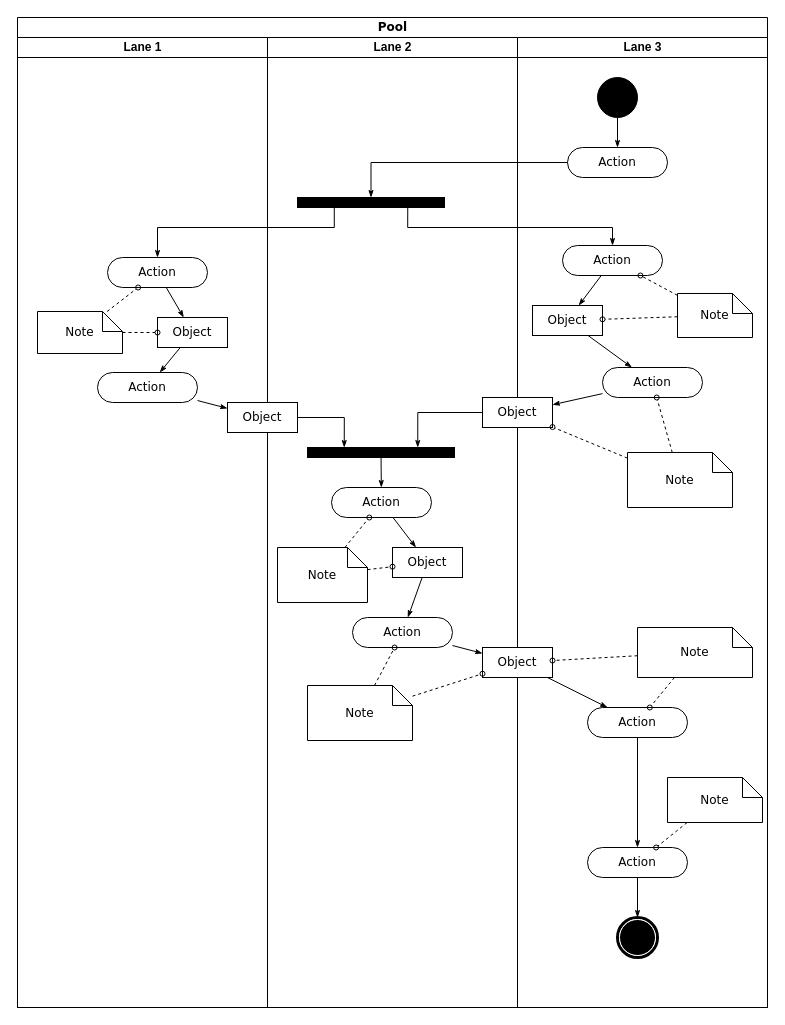
Before: Untitled Diagram.drawio in leomonpa/awesome-java-cn, a draw.io diagram. Source tidied: cells renumbered, new cells numbered last; positions are measured from the earlier drawing's top-left corner, leaving out a move shared by most shapes. Both pictures are drawn from the tidied source at 100%, with x=0, y=0 at pixel (17, 17).
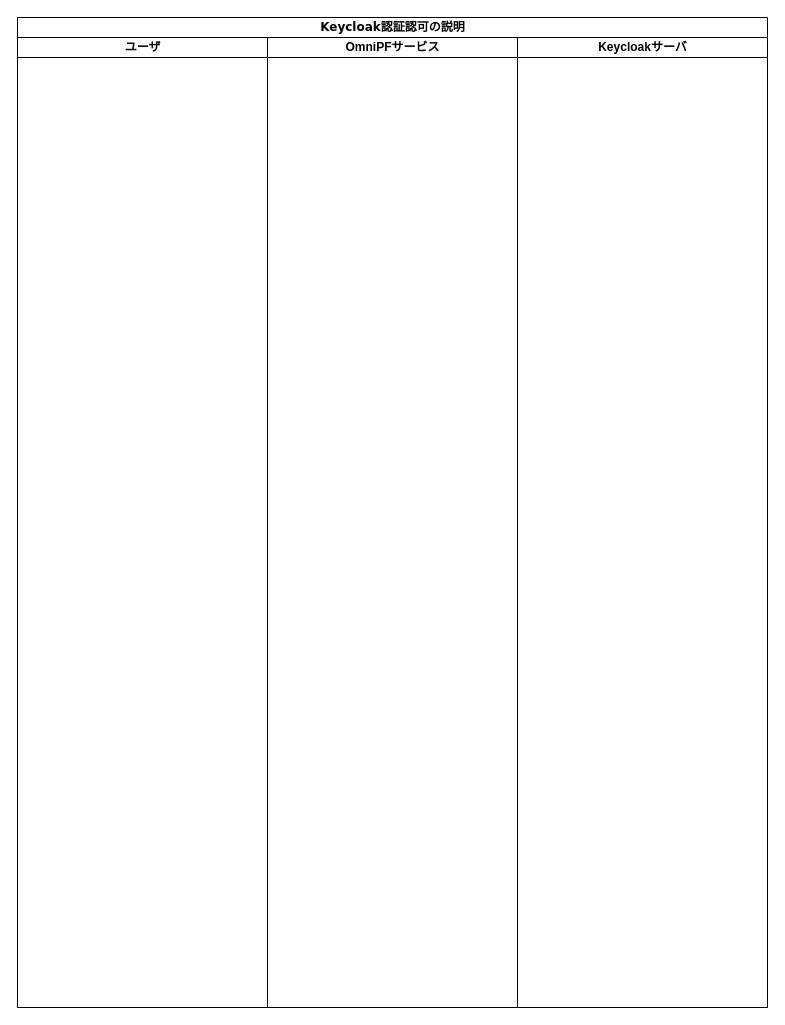
After the change.

Change to the diagram source:
```diff
@@
-    <mxCell id="2" value="Pool" style="swimlane;html=1;startSize=20;rounded=0;shadow=0;comic=0;labelBackgroundColor=none;strokeWidth=1;fontFamily=Verdana;fontSize=12;align=center;" parent="1" vertex="1">
+    <mxCell id="2" value="Keycloak認証認可の説明" style="swimlane;html=1;startSize=20;rounded=0;shadow=0;comic=0;labelBackgroundColor=none;strokeWidth=1;fontFamily=Verdana;fontSize=12;align=center;" parent="1" vertex="1">
       <mxGeometry width="750" height="990" as="geometry" />
     </mxCell>
-    <mxCell id="3" value="Lane 1" style="swimlane;html=1;startSize=20;" parent="2" vertex="1">
+    <mxCell id="3" value="ユーザ" style="swimlane;html=1;startSize=20;" parent="2" vertex="1">
       <mxGeometry y="20" width="250" height="970" as="geometry" />
     </mxCell>
-    <mxCell id="4" style="edgeStyle=none;rounded=0;html=1;labelBackgroundColor=none;startArrow=none;startFill=0;startSize=5;endArrow=classicThin;endFill=1;endSize=5;jettySize=auto;strokeWidth=1;fontFamily=Verdana;fontSize=12;" parent="3" edge="1" source="5" target="8">
-      <mxGeometry relative="1" as="geometry" />
-    </mxCell>
-    <mxCell id="5" value="Action" style="rounded=1;whiteSpace=wrap;html=1;shadow=0;comic=0;labelBackgroundColor=none;strokeWidth=1;fontFamily=Verdana;fontSize=12;align=center;arcSize=50;" parent="3" vertex="1">
-      <mxGeometry x="90" y="220" width="100" height="30" as="geometry" />
-    </mxCell>
-    <mxCell id="6" value="Action" style="rounded=1;whiteSpace=wrap;html=1;shadow=0;comic=0;labelBackgroundColor=none;strokeWidth=1;fontFamily=Verdana;fontSize=12;align=center;arcSize=50;" parent="3" vertex="1">
-      <mxGeometry x="80" y="335" width="100" height="30" as="geometry" />
-    </mxCell>
-    <mxCell id="7" style="edgeStyle=none;rounded=0;html=1;labelBackgroundColor=none;startArrow=none;startFill=0;startSize=5;endArrow=classicThin;endFill=1;endSize=5;jettySize=auto;strokeWidth=1;fontFamily=Verdana;fontSize=12;" parent="3" edge="1" source="8" target="6">
-      <mxGeometry relative="1" as="geometry" />
-    </mxCell>
-    <mxCell id="8" value="Object" style="rounded=0;whiteSpace=wrap;html=1;shadow=0;comic=0;labelBackgroundColor=none;strokeWidth=1;fontFamily=Verdana;fontSize=12;align=center;arcSize=50;" parent="3" vertex="1">
-      <mxGeometry x="140" y="280" width="70" height="30" as="geometry" />
-    </mxCell>
-    <mxCell id="9" style="edgeStyle=none;rounded=0;html=1;labelBackgroundColor=none;startArrow=none;startFill=0;startSize=5;endArrow=oval;endFill=0;endSize=5;jettySize=auto;strokeWidth=1;fontFamily=Verdana;fontSize=12;dashed=1;" parent="3" edge="1" source="11" target="5">
-      <mxGeometry relative="1" as="geometry" />
-    </mxCell>
-    <mxCell id="10" style="edgeStyle=none;rounded=0;html=1;dashed=1;labelBackgroundColor=none;startArrow=none;startFill=0;startSize=5;endArrow=oval;endFill=0;endSize=5;jettySize=auto;strokeWidth=1;fontFamily=Verdana;fontSize=12;" parent="3" edge="1" source="11" target="8">
-      <mxGeometry relative="1" as="geometry" />
-    </mxCell>
-    <mxCell id="11" value="Note" style="shape=note;whiteSpace=wrap;html=1;rounded=0;shadow=0;comic=0;labelBackgroundColor=none;strokeWidth=1;fontFamily=Verdana;fontSize=12;align=center;size=20;" parent="3" vertex="1">
-      <mxGeometry x="20" y="274" width="85" height="42" as="geometry" />
-    </mxCell>
-    <mxCell id="12" value="Lane 2" style="swimlane;html=1;startSize=20;" parent="2" vertex="1">
+    <mxCell id="12" value="OmniPFサービス" style="swimlane;html=1;startSize=20;" parent="2" vertex="1">
       <mxGeometry x="250" y="20" width="250" height="970" as="geometry" />
     </mxCell>
-    <mxCell id="13" style="whiteSpace=wrap;html=1;rounded=0;shadow=0;comic=0;labelBackgroundColor=none;strokeWidth=1;fillColor=#000000;fontFamily=Verdana;fontSize=12;align=center;rotation=0;" parent="12" vertex="1">
-      <mxGeometry x="30" y="160" width="147" height="10" as="geometry" />
-    </mxCell>
-    <mxCell id="14" style="edgeStyle=none;rounded=0;html=1;labelBackgroundColor=none;startArrow=none;startFill=0;startSize=5;endArrow=classicThin;endFill=1;endSize=5;jettySize=auto;strokeWidth=1;fontFamily=Verdana;fontSize=12;" parent="12" edge="1" source="15" target="21">
-      <mxGeometry relative="1" as="geometry" />
-    </mxCell>
-    <mxCell id="15" value="Action" style="rounded=1;whiteSpace=wrap;html=1;shadow=0;comic=0;labelBackgroundColor=none;strokeWidth=1;fontFamily=Verdana;fontSize=12;align=center;arcSize=50;" parent="12" vertex="1">
-      <mxGeometry x="64" y="450" width="100" height="30" as="geometry" />
-    </mxCell>
-    <mxCell id="16" style="edgeStyle=none;rounded=0;html=1;labelBackgroundColor=none;startArrow=none;startFill=0;startSize=5;endArrow=classicThin;endFill=1;endSize=5;jettySize=auto;strokeWidth=1;fontFamily=Verdana;fontSize=12;" parent="12" edge="1" source="17" target="15">
-      <mxGeometry relative="1" as="geometry" />
-    </mxCell>
-    <mxCell id="17" style="whiteSpace=wrap;html=1;rounded=0;shadow=0;comic=0;labelBackgroundColor=none;strokeWidth=1;fillColor=#000000;fontFamily=Verdana;fontSize=12;align=center;rotation=0;" parent="12" vertex="1">
-      <mxGeometry x="40" y="410" width="147" height="10" as="geometry" />
-    </mxCell>
-    <mxCell id="18" style="edgeStyle=orthogonalEdgeStyle;rounded=0;html=1;entryX=0.25;entryY=0;labelBackgroundColor=none;startArrow=none;startFill=0;startSize=5;endArrow=classicThin;endFill=1;endSize=5;jettySize=auto;strokeWidth=1;fontFamily=Verdana;fontSize=12;" parent="12" edge="1" source="19" target="17">
-      <mxGeometry relative="1" as="geometry" />
-    </mxCell>
-    <mxCell id="19" value="Object" style="rounded=0;whiteSpace=wrap;html=1;shadow=0;comic=0;labelBackgroundColor=none;strokeWidth=1;fontFamily=Verdana;fontSize=12;align=center;arcSize=50;" parent="12" vertex="1">
-      <mxGeometry x="-40" y="365" width="70" height="30" as="geometry" />
-    </mxCell>
-    <mxCell id="20" style="edgeStyle=none;rounded=0;html=1;labelBackgroundColor=none;startArrow=none;startFill=0;startSize=5;endArrow=classicThin;endFill=1;endSize=5;jettySize=auto;strokeWidth=1;fontFamily=Verdana;fontSize=12;" parent="12" edge="1" source="21" target="22">
-      <mxGeometry relative="1" as="geometry" />
-    </mxCell>
-    <mxCell id="21" value="Object" style="rounded=0;whiteSpace=wrap;html=1;shadow=0;comic=0;labelBackgroundColor=none;strokeWidth=1;fontFamily=Verdana;fontSize=12;align=center;arcSize=50;" parent="12" vertex="1">
-      <mxGeometry x="125" y="510" width="70" height="30" as="geometry" />
-    </mxCell>
-    <mxCell id="22" value="Action" style="rounded=1;whiteSpace=wrap;html=1;shadow=0;comic=0;labelBackgroundColor=none;strokeWidth=1;fontFamily=Verdana;fontSize=12;align=center;arcSize=50;" parent="12" vertex="1">
-      <mxGeometry x="85" y="580" width="100" height="30" as="geometry" />
-    </mxCell>
-    <mxCell id="23" style="edgeStyle=none;rounded=0;html=1;dashed=1;labelBackgroundColor=none;startArrow=none;startFill=0;startSize=5;endArrow=oval;endFill=0;endSize=5;jettySize=auto;strokeWidth=1;fontFamily=Verdana;fontSize=12;" parent="12" edge="1" source="25" target="15">
-      <mxGeometry relative="1" as="geometry" />
-    </mxCell>
-    <mxCell id="24" style="edgeStyle=none;rounded=0;html=1;dashed=1;labelBackgroundColor=none;startArrow=none;startFill=0;startSize=5;endArrow=oval;endFill=0;endSize=5;jettySize=auto;strokeWidth=1;fontFamily=Verdana;fontSize=12;" parent="12" edge="1" source="25" target="21">
-      <mxGeometry relative="1" as="geometry" />
-    </mxCell>
-    <mxCell id="25" value="Note" style="shape=note;whiteSpace=wrap;html=1;rounded=0;shadow=0;comic=0;labelBackgroundColor=none;strokeWidth=1;fontFamily=Verdana;fontSize=12;align=center;size=20;" parent="12" vertex="1">
-      <mxGeometry x="10" y="510" width="90" height="55" as="geometry" />
-    </mxCell>
-    <mxCell id="26" style="edgeStyle=none;rounded=0;html=1;dashed=1;labelBackgroundColor=none;startArrow=none;startFill=0;startSize=5;endArrow=oval;endFill=0;endSize=5;jettySize=auto;strokeWidth=1;fontFamily=Verdana;fontSize=12;" parent="12" edge="1" source="27" target="22">
-      <mxGeometry relative="1" as="geometry" />
-    </mxCell>
-    <mxCell id="27" value="Note" style="shape=note;whiteSpace=wrap;html=1;rounded=0;shadow=0;comic=0;labelBackgroundColor=none;strokeWidth=1;fontFamily=Verdana;fontSize=12;align=center;size=20;" parent="12" vertex="1">
-      <mxGeometry x="40" y="648" width="105" height="55" as="geometry" />
-    </mxCell>
-    <mxCell id="28" value="Lane 3" style="swimlane;html=1;startSize=20;" parent="2" vertex="1">
+    <mxCell id="28" value="Keycloakサーバ" style="swimlane;html=1;startSize=20;" parent="2" vertex="1">
       <mxGeometry x="500" y="20" width="250" height="970" as="geometry" />
     </mxCell>
-    <mxCell id="29" style="edgeStyle=orthogonalEdgeStyle;rounded=0;html=1;labelBackgroundColor=none;startArrow=none;startFill=0;startSize=5;endArrow=classicThin;endFill=1;endSize=5;jettySize=auto;strokeWidth=1;fontFamily=Verdana;fontSize=12;" parent="28" edge="1" source="30" target="31">
-      <mxGeometry relative="1" as="geometry" />
-    </mxCell>
-    <mxCell id="30" style="ellipse;whiteSpace=wrap;html=1;rounded=0;shadow=0;comic=0;labelBackgroundColor=none;strokeWidth=1;fillColor=#000000;fontFamily=Verdana;fontSize=12;align=center;" parent="28" vertex="1">
-      <mxGeometry x="80" y="40" width="40" height="40" as="geometry" />
-    </mxCell>
-    <mxCell id="31" value="Action" style="rounded=1;whiteSpace=wrap;html=1;shadow=0;comic=0;labelBackgroundColor=none;strokeWidth=1;fontFamily=Verdana;fontSize=12;align=center;arcSize=50;" parent="28" vertex="1">
-      <mxGeometry x="50" y="110" width="100" height="30" as="geometry" />
-    </mxCell>
-    <mxCell id="32" style="rounded=0;html=1;labelBackgroundColor=none;startArrow=none;startFill=0;startSize=5;endArrow=classicThin;endFill=1;endSize=5;jettySize=auto;strokeWidth=1;fontFamily=Verdana;fontSize=12;" parent="28" edge="1" source="33" target="37">
-      <mxGeometry relative="1" as="geometry" />
-    </mxCell>
-    <mxCell id="33" value="Action" style="rounded=1;whiteSpace=wrap;html=1;shadow=0;comic=0;labelBackgroundColor=none;strokeWidth=1;fontFamily=Verdana;fontSize=12;align=center;arcSize=50;" parent="28" vertex="1">
-      <mxGeometry x="45" y="208" width="100" height="30" as="geometry" />
-    </mxCell>
-    <mxCell id="34" style="edgeStyle=none;rounded=0;html=1;labelBackgroundColor=none;startArrow=none;startFill=0;startSize=5;endArrow=classicThin;endFill=1;endSize=5;jettySize=auto;strokeWidth=1;fontFamily=Verdana;fontSize=12;" parent="28" edge="1" source="35" target="38">
-      <mxGeometry relative="1" as="geometry" />
-    </mxCell>
-    <mxCell id="35" value="Action" style="rounded=1;whiteSpace=wrap;html=1;shadow=0;comic=0;labelBackgroundColor=none;strokeWidth=1;fontFamily=Verdana;fontSize=12;align=center;arcSize=50;" parent="28" vertex="1">
-      <mxGeometry x="85" y="330" width="100" height="30" as="geometry" />
-    </mxCell>
-    <mxCell id="36" style="edgeStyle=none;rounded=0;html=1;labelBackgroundColor=none;startArrow=none;startFill=0;startSize=5;endArrow=classicThin;endFill=1;endSize=5;jettySize=auto;strokeWidth=1;fontFamily=Verdana;fontSize=12;" parent="28" edge="1" source="37" target="35">
-      <mxGeometry relative="1" as="geometry" />
-    </mxCell>
-    <mxCell id="37" value="Object" style="rounded=0;whiteSpace=wrap;html=1;shadow=0;comic=0;labelBackgroundColor=none;strokeWidth=1;fontFamily=Verdana;fontSize=12;align=center;arcSize=50;" parent="28" vertex="1">
-      <mxGeometry x="15" y="268" width="70" height="30" as="geometry" />
-    </mxCell>
-    <mxCell id="38" value="Object" style="rounded=0;whiteSpace=wrap;html=1;shadow=0;comic=0;labelBackgroundColor=none;strokeWidth=1;fontFamily=Verdana;fontSize=12;align=center;arcSize=50;" parent="28" vertex="1">
-      <mxGeometry x="-35" y="360" width="70" height="30" as="geometry" />
-    </mxCell>
-    <mxCell id="39" style="edgeStyle=none;rounded=0;html=1;labelBackgroundColor=none;startArrow=none;startFill=0;startSize=5;endArrow=classicThin;endFill=1;endSize=5;jettySize=auto;strokeWidth=1;fontFamily=Verdana;fontSize=12;" parent="28" edge="1" source="40" target="42">
-      <mxGeometry relative="1" as="geometry" />
-    </mxCell>
-    <mxCell id="40" value="Object" style="rounded=0;whiteSpace=wrap;html=1;shadow=0;comic=0;labelBackgroundColor=none;strokeWidth=1;fontFamily=Verdana;fontSize=12;align=center;arcSize=50;" parent="28" vertex="1">
-      <mxGeometry x="-35" y="610" width="70" height="30" as="geometry" />
-    </mxCell>
-    <mxCell id="41" style="edgeStyle=none;rounded=0;html=1;labelBackgroundColor=none;startArrow=none;startFill=0;startSize=5;endArrow=classicThin;endFill=1;endSize=5;jettySize=auto;strokeWidth=1;fontFamily=Verdana;fontSize=12;" parent="28" edge="1" source="42" target="44">
-      <mxGeometry relative="1" as="geometry" />
-    </mxCell>
-    <mxCell id="42" value="Action" style="rounded=1;whiteSpace=wrap;html=1;shadow=0;comic=0;labelBackgroundColor=none;strokeWidth=1;fontFamily=Verdana;fontSize=12;align=center;arcSize=50;" parent="28" vertex="1">
-      <mxGeometry x="70" y="670" width="100" height="30" as="geometry" />
-    </mxCell>
-    <mxCell id="43" style="edgeStyle=none;rounded=0;html=1;labelBackgroundColor=none;startArrow=none;startFill=0;startSize=5;endArrow=classicThin;endFill=1;endSize=5;jettySize=auto;strokeWidth=1;fontFamily=Verdana;fontSize=12;" parent="28" edge="1" source="44" target="45">
-      <mxGeometry relative="1" as="geometry" />
-    </mxCell>
-    <mxCell id="44" value="Action" style="rounded=1;whiteSpace=wrap;html=1;shadow=0;comic=0;labelBackgroundColor=none;strokeWidth=1;fontFamily=Verdana;fontSize=12;align=center;arcSize=50;" parent="28" vertex="1">
-      <mxGeometry x="70" y="810" width="100" height="30" as="geometry" />
-    </mxCell>
-    <mxCell id="45" style="shape=mxgraph.bpmn.shape;html=1;verticalLabelPosition=bottom;labelBackgroundColor=#ffffff;verticalAlign=top;perimeter=ellipsePerimeter;outline=end;symbol=terminate;rounded=0;shadow=0;comic=0;strokeWidth=1;fontFamily=Verdana;fontSize=12;align=center;" parent="28" vertex="1">
-      <mxGeometry x="100" y="880" width="40" height="40" as="geometry" />
-    </mxCell>
-    <mxCell id="46" style="edgeStyle=none;rounded=0;html=1;dashed=1;labelBackgroundColor=none;startArrow=none;startFill=0;startSize=5;endArrow=oval;endFill=0;endSize=5;jettySize=auto;strokeWidth=1;fontFamily=Verdana;fontSize=12;" parent="28" edge="1" source="48" target="33">
-      <mxGeometry relative="1" as="geometry" />
-    </mxCell>
-    <mxCell id="47" style="edgeStyle=none;rounded=0;html=1;dashed=1;labelBackgroundColor=none;startArrow=none;startFill=0;startSize=5;endArrow=oval;endFill=0;endSize=5;jettySize=auto;strokeWidth=1;fontFamily=Verdana;fontSize=12;" parent="28" edge="1" source="48" target="37">
-      <mxGeometry relative="1" as="geometry" />
-    </mxCell>
-    <mxCell id="48" value="Note" style="shape=note;whiteSpace=wrap;html=1;rounded=0;shadow=0;comic=0;labelBackgroundColor=none;strokeWidth=1;fontFamily=Verdana;fontSize=12;align=center;size=20;" parent="28" vertex="1">
-      <mxGeometry x="160" y="256" width="75" height="44" as="geometry" />
-    </mxCell>
-    <mxCell id="49" style="edgeStyle=none;rounded=0;html=1;dashed=1;labelBackgroundColor=none;startArrow=none;startFill=0;startSize=5;endArrow=oval;endFill=0;endSize=5;jettySize=auto;strokeWidth=1;fontFamily=Verdana;fontSize=12;" parent="28" edge="1" source="51" target="35">
-      <mxGeometry relative="1" as="geometry" />
-    </mxCell>
-    <mxCell id="50" style="edgeStyle=none;rounded=0;html=1;dashed=1;labelBackgroundColor=none;startArrow=none;startFill=0;startSize=5;endArrow=oval;endFill=0;endSize=5;jettySize=auto;strokeWidth=1;fontFamily=Verdana;fontSize=12;" parent="28" edge="1" source="51" target="38">
-      <mxGeometry relative="1" as="geometry" />
-    </mxCell>
-    <mxCell id="51" value="Note" style="shape=note;whiteSpace=wrap;html=1;rounded=0;shadow=0;comic=0;labelBackgroundColor=none;strokeWidth=1;fontFamily=Verdana;fontSize=12;align=center;size=20;" parent="28" vertex="1">
-      <mxGeometry x="110" y="415" width="105" height="55" as="geometry" />
-    </mxCell>
-    <mxCell id="52" style="edgeStyle=none;rounded=0;html=1;dashed=1;labelBackgroundColor=none;startArrow=none;startFill=0;startSize=5;endArrow=oval;endFill=0;endSize=5;jettySize=auto;strokeWidth=1;fontFamily=Verdana;fontSize=12;" parent="28" edge="1" source="54" target="42">
-      <mxGeometry relative="1" as="geometry" />
-    </mxCell>
-    <mxCell id="53" style="edgeStyle=none;rounded=0;html=1;dashed=1;labelBackgroundColor=none;startArrow=none;startFill=0;startSize=5;endArrow=oval;endFill=0;endSize=5;jettySize=auto;strokeWidth=1;fontFamily=Verdana;fontSize=12;" parent="28" edge="1" source="54" target="40">
-      <mxGeometry relative="1" as="geometry" />
-    </mxCell>
-    <mxCell id="54" value="Note" style="shape=note;whiteSpace=wrap;html=1;rounded=0;shadow=0;comic=0;labelBackgroundColor=none;strokeWidth=1;fontFamily=Verdana;fontSize=12;align=center;size=20;" parent="28" vertex="1">
-      <mxGeometry x="120" y="590" width="115" height="50" as="geometry" />
-    </mxCell>
-    <mxCell id="55" style="edgeStyle=none;rounded=0;html=1;dashed=1;labelBackgroundColor=none;startArrow=none;startFill=0;startSize=5;endArrow=oval;endFill=0;endSize=5;jettySize=auto;strokeWidth=1;fontFamily=Verdana;fontSize=12;" parent="28" edge="1" source="56" target="44">
-      <mxGeometry relative="1" as="geometry" />
-    </mxCell>
-    <mxCell id="56" value="Note" style="shape=note;whiteSpace=wrap;html=1;rounded=0;shadow=0;comic=0;labelBackgroundColor=none;strokeWidth=1;fontFamily=Verdana;fontSize=12;align=center;size=20;" parent="28" vertex="1">
-      <mxGeometry x="150" y="740" width="95" height="45" as="geometry" />
-    </mxCell>
-    <mxCell id="57" style="edgeStyle=orthogonalEdgeStyle;rounded=0;html=1;entryX=0.5;entryY=0;labelBackgroundColor=none;startArrow=none;startFill=0;startSize=5;endArrow=classicThin;endFill=1;endSize=5;jettySize=auto;strokeWidth=1;fontFamily=Verdana;fontSize=12;" parent="2" edge="1" source="31" target="13">
-      <mxGeometry relative="1" as="geometry">
-        <Array as="points">
-          <mxPoint x="354" y="145" />
-        </Array>
-      </mxGeometry>
-    </mxCell>
-    <mxCell id="58" style="edgeStyle=orthogonalEdgeStyle;rounded=0;html=1;exitX=0.75;exitY=1;labelBackgroundColor=none;startArrow=none;startFill=0;startSize=5;endArrow=classicThin;endFill=1;endSize=5;jettySize=auto;strokeWidth=1;fontFamily=Verdana;fontSize=12;" parent="2" edge="1" source="13" target="33">
-      <mxGeometry relative="1" as="geometry">
-        <Array as="points">
-          <mxPoint x="390" y="210" />
-          <mxPoint x="595" y="210" />
-        </Array>
-      </mxGeometry>
-    </mxCell>
-    <mxCell id="59" style="edgeStyle=orthogonalEdgeStyle;rounded=0;html=1;exitX=0.25;exitY=1;entryX=0.5;entryY=0;labelBackgroundColor=none;startArrow=none;startFill=0;startSize=5;endArrow=classicThin;endFill=1;endSize=5;jettySize=auto;strokeWidth=1;fontFamily=Verdana;fontSize=12;" parent="2" edge="1" source="13" target="5">
-      <mxGeometry relative="1" as="geometry">
-        <Array as="points">
-          <mxPoint x="317" y="210" />
-          <mxPoint x="140" y="210" />
-        </Array>
-      </mxGeometry>
-    </mxCell>
-    <mxCell id="60" style="edgeStyle=orthogonalEdgeStyle;rounded=0;html=1;entryX=0.75;entryY=0;labelBackgroundColor=none;startArrow=none;startFill=0;startSize=5;endArrow=classicThin;endFill=1;endSize=5;jettySize=auto;strokeWidth=1;fontFamily=Verdana;fontSize=12;" parent="2" edge="1" source="38" target="17">
-      <mxGeometry relative="1" as="geometry" />
-    </mxCell>
-    <mxCell id="61" style="edgeStyle=none;rounded=0;html=1;labelBackgroundColor=none;startArrow=none;startFill=0;startSize=5;endArrow=classicThin;endFill=1;endSize=5;jettySize=auto;strokeWidth=1;fontFamily=Verdana;fontSize=12;" parent="2" edge="1" source="6" target="19">
-      <mxGeometry relative="1" as="geometry" />
-    </mxCell>
-    <mxCell id="62" style="edgeStyle=none;rounded=0;html=1;labelBackgroundColor=none;startArrow=none;startFill=0;startSize=5;endArrow=classicThin;endFill=1;endSize=5;jettySize=auto;strokeWidth=1;fontFamily=Verdana;fontSize=12;" parent="2" edge="1" source="22" target="40">
-      <mxGeometry relative="1" as="geometry" />
-    </mxCell>
-    <mxCell id="63" style="edgeStyle=none;rounded=0;html=1;dashed=1;labelBackgroundColor=none;startArrow=none;startFill=0;startSize=5;endArrow=oval;endFill=0;endSize=5;jettySize=auto;strokeWidth=1;fontFamily=Verdana;fontSize=12;" parent="2" edge="1" source="27" target="40">
-      <mxGeometry relative="1" as="geometry" />
-    </mxCell>
```
